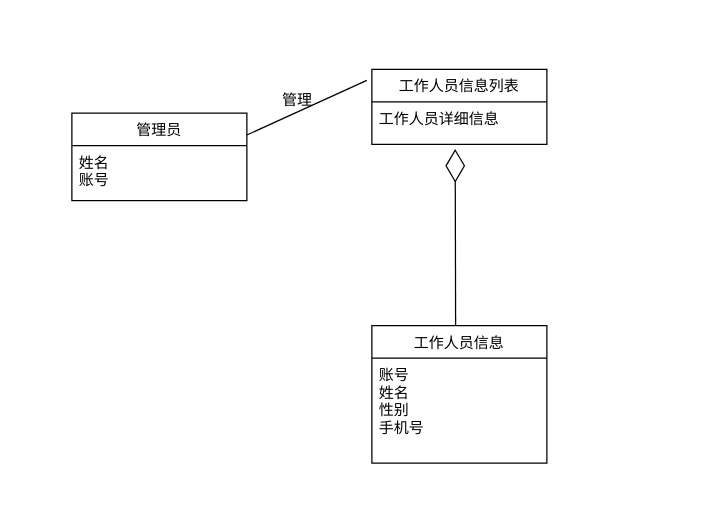
Cynyard999/hotel-booking-system keeps this draw.io diagram as docs/用例描述文档/图/源文件/概念类图/16 工作人员账号管理概念类图.drawio. Above is the earlier version. Source tidied: cells renumbered, new cells numbered last; positions are measured from the earlier drawing's top-left corner, leaving out a move shared by most shapes. Both pictures are drawn from the tidied source at 125%, with x=0, y=0 at pixel (71, 69).
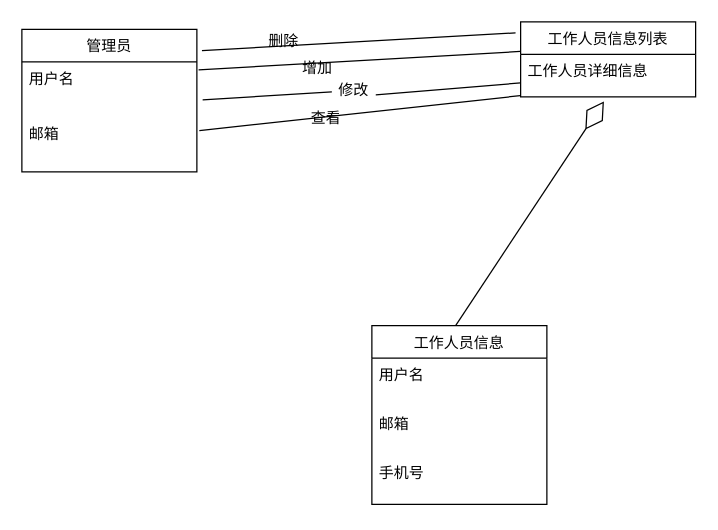
After the change.

What changed in the source:
```diff
@@
-    <mxCell id="2" value="管理员" style="swimlane;fontStyle=0;horizontal=1;startSize=26;fillColor=none;" parent="1" vertex="1">
-      <mxGeometry y="35" width="140" height="70" as="geometry" />
-    </mxCell>
-    <mxCell id="3" value="姓名&#10;账号" style="text;strokeColor=none;fillColor=none;align=left;verticalAlign=top;spacingLeft=4;spacingRight=4;overflow=hidden;points=[[0,0.5],[1,0.5]];portConstraint=eastwest;" parent="2" vertex="1">
-      <mxGeometry y="26" width="140" height="44" as="geometry" />
-    </mxCell>
-    <mxCell id="4" value="工作人员信息列表" style="swimlane;fontStyle=0;horizontal=1;startSize=26;fillColor=none;" parent="1" vertex="1">
-      <mxGeometry x="240" width="140" height="60" as="geometry" />
-    </mxCell>
-    <mxCell id="5" value="工作人员详细信息&#10;" style="text;strokeColor=none;fillColor=none;align=left;verticalAlign=top;spacingLeft=4;spacingRight=4;overflow=hidden;points=[[0,0.5],[1,0.5]];portConstraint=eastwest;" parent="4" vertex="1">
-      <mxGeometry y="26" width="140" height="34" as="geometry" />
-    </mxCell>
-    <mxCell id="6" style="endArrow=none;html=1;exitX=1;exitY=0.25;exitDx=0;exitDy=0;entryX=-0.029;entryY=0.146;entryDx=0;entryDy=0;entryPerimeter=0;" parent="1" edge="1" source="2" target="4">
+    <mxCell id="6" style="endArrow=none;html=1;exitX=1.029;exitY=0.149;exitDx=0;exitDy=0;entryX=-0.029;entryY=0.146;entryDx=0;entryDy=0;entryPerimeter=0;exitPerimeter=0;" parent="1" edge="1" source="2" target="4">
       <mxGeometry relative="1" as="geometry" />
     </mxCell>
-    <mxCell id="7" value="管理" style="text;html=1;align=center;verticalAlign=middle;" parent="1" vertex="1">
-      <mxGeometry x="160" y="15" width="40" height="20" as="geometry" />
+    <mxCell id="7" value="删除" style="text;html=1;align=center;verticalAlign=middle;" parent="1" vertex="1">
+      <mxGeometry x="152" y="-31" width="34" height="18" as="geometry" />
     </mxCell>
@@
     <mxCell id="9" value="工作人员信息" style="swimlane;fontStyle=0;horizontal=1;startSize=26;fillColor=none;" parent="1" vertex="1">
-      <mxGeometry x="240" y="205" width="140" height="110" as="geometry" />
+      <mxGeometry x="240" y="205" width="140" height="143" as="geometry" />
     </mxCell>
-    <mxCell id="10" value="账号&#10;姓名&#10;性别&#10;手机号&#10;&#10;" style="text;strokeColor=none;fillColor=none;align=left;verticalAlign=top;spacingLeft=4;spacingRight=4;overflow=hidden;" parent="9" vertex="1">
-      <mxGeometry y="26" width="140" height="84" as="geometry" />
+    <mxCell id="10" value="用户名&#10;" style="text;strokeColor=none;fillColor=none;align=left;verticalAlign=top;spacingLeft=4;spacingRight=4;overflow=hidden;" parent="9" vertex="1">
+      <mxGeometry y="26" width="140" height="39" as="geometry" />
     </mxCell>
+    <mxCell id="11" value="邮箱" style="text;strokeColor=none;fillColor=none;align=left;verticalAlign=top;spacingLeft=4;spacingRight=4;overflow=hidden;" parent="9" vertex="1">
+      <mxGeometry y="65" width="140" height="39" as="geometry" />
+    </mxCell>
+    <mxCell id="12" value="手机号" style="text;strokeColor=none;fillColor=none;align=left;verticalAlign=top;spacingLeft=4;spacingRight=4;overflow=hidden;" parent="9" vertex="1">
+      <mxGeometry y="104" width="140" height="39" as="geometry" />
+    </mxCell>
+    <mxCell id="2" value="管理员" style="swimlane;fontStyle=0;horizontal=1;startSize=26;fillColor=none;" parent="1" vertex="1">
+      <mxGeometry x="-40" y="-32" width="140" height="114" as="geometry" />
+    </mxCell>
+    <mxCell id="3" value="用户名" style="text;strokeColor=none;fillColor=none;align=left;verticalAlign=top;spacingLeft=4;spacingRight=4;overflow=hidden;points=[[0,0.5],[1,0.5]];portConstraint=eastwest;" parent="2" vertex="1">
+      <mxGeometry y="26" width="140" height="44" as="geometry" />
+    </mxCell>
+    <mxCell id="13" value="邮箱" style="text;strokeColor=none;fillColor=none;align=left;verticalAlign=top;spacingLeft=4;spacingRight=4;overflow=hidden;points=[[0,0.5],[1,0.5]];portConstraint=eastwest;" parent="2" vertex="1">
+      <mxGeometry y="70" width="140" height="44" as="geometry" />
+    </mxCell>
+    <mxCell id="4" value="工作人员信息列表" style="swimlane;fontStyle=0;horizontal=1;startSize=26;fillColor=none;" parent="1" vertex="1">
+      <mxGeometry x="359" y="-38" width="140" height="60" as="geometry" />
+    </mxCell>
+    <mxCell id="5" value="工作人员详细信息&#10;" style="text;strokeColor=none;fillColor=none;align=left;verticalAlign=top;spacingLeft=4;spacingRight=4;overflow=hidden;points=[[0,0.5],[1,0.5]];portConstraint=eastwest;" parent="4" vertex="1">
+      <mxGeometry y="26" width="140" height="34" as="geometry" />
+    </mxCell>
+    <mxCell id="14" style="endArrow=none;html=1;entryX=-0.002;entryY=-0.069;entryDx=0;entryDy=0;entryPerimeter=0;exitX=1.01;exitY=0.144;exitDx=0;exitDy=0;exitPerimeter=0;" parent="1" edge="1" source="3" target="5">
+      <mxGeometry relative="1" as="geometry" />
+    </mxCell>
+    <mxCell id="15" value="增加" style="text;html=1;align=center;verticalAlign=middle;" parent="1" vertex="1">
+      <mxGeometry x="179" y="-10" width="34" height="18" as="geometry" />
+    </mxCell>
+    <mxCell id="16" style="endArrow=none;html=1;exitX=1.033;exitY=0.689;exitDx=0;exitDy=0;exitPerimeter=0;" parent="1" edge="1" source="18" target="5">
+      <mxGeometry relative="1" as="geometry" />
+    </mxCell>
+    <mxCell id="17" style="endArrow=none;html=1;exitX=1.014;exitY=0.25;exitDx=0;exitDy=0;exitPerimeter=0;entryX=-0.002;entryY=0.971;entryDx=0;entryDy=0;entryPerimeter=0;" parent="1" edge="1" source="13" target="5">
+      <mxGeometry relative="1" as="geometry" />
+    </mxCell>
+    <mxCell id="18" value="修改" style="text;html=1;align=center;verticalAlign=middle;points=[];" parent="1" vertex="1">
+      <mxGeometry x="208" y="8" width="34" height="18" as="geometry" />
+    </mxCell>
+    <mxCell id="19" style="endArrow=none;html=1;exitX=1.033;exitY=0.689;exitDx=0;exitDy=0;exitPerimeter=0;" parent="1" edge="1" source="3" target="18">
+      <mxGeometry relative="1" as="geometry" />
+    </mxCell>
+    <mxCell id="20" value="查看" style="text;html=1;align=center;verticalAlign=middle;" parent="1" vertex="1">
+      <mxGeometry x="186" y="30" width="34" height="18" as="geometry" />
+    </mxCell>
```
